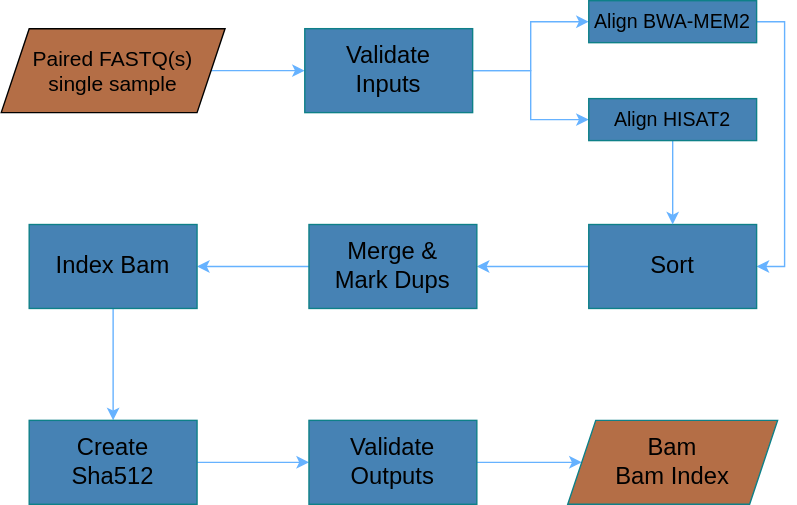
Earlier version of the draw.io export flowchart-diagram.drawio.svg (uclahs-cds/pipeline-align-DNA). Source tidied: cells renumbered, new cells last; positions are measured from the earlier drawing's top-left corner, leaving out a move shared by most shapes.
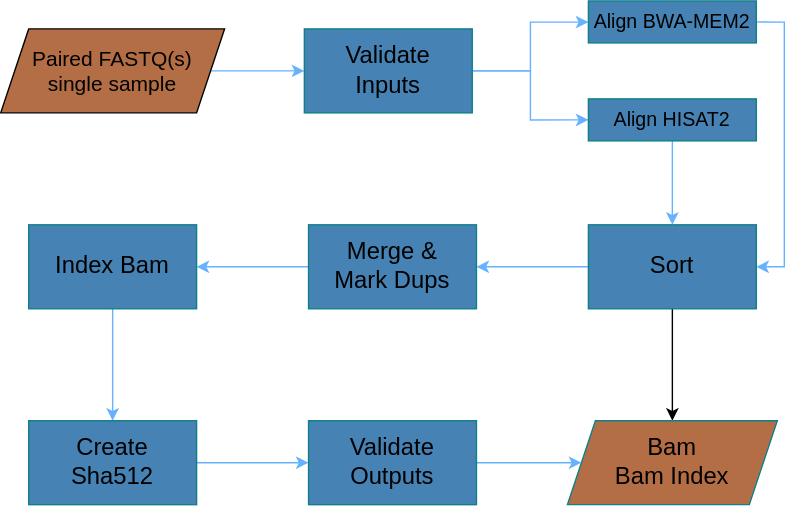
After the commit.

Commit message:
Update README and Flowchart diagram"

What changed in the source:
```diff
@@ -26,6 +26,9 @@
     <mxCell id="9" style="edgeStyle=orthogonalEdgeStyle;rounded=0;jettySize=auto;html=1;fontSize=17;strokeColor=#66B2FF;" parent="1" edge="1" source="10" target="12">
       <mxGeometry relative="1" as="geometry" />
     </mxCell>
+    <mxCell id="22" style="edgeStyle=orthogonalEdgeStyle;rounded=0;jettySize=auto;html=1;exitX=0.5;exitY=1;exitDx=0;exitDy=0;entryX=0.5;entryY=0;entryDx=0;entryDy=0;" parent="1" edge="1" source="10" target="19">
+      <mxGeometry relative="1" as="geometry" />
+    </mxCell>
     <mxCell id="10" value="Sort" style="whiteSpace=wrap;html=1;fontSize=17;strokeColor=#0e8088;fillColor=#4682B4;" parent="1" vertex="1">
       <mxGeometry x="420" y="160" width="120" height="60" as="geometry" />
     </mxCell>
```
